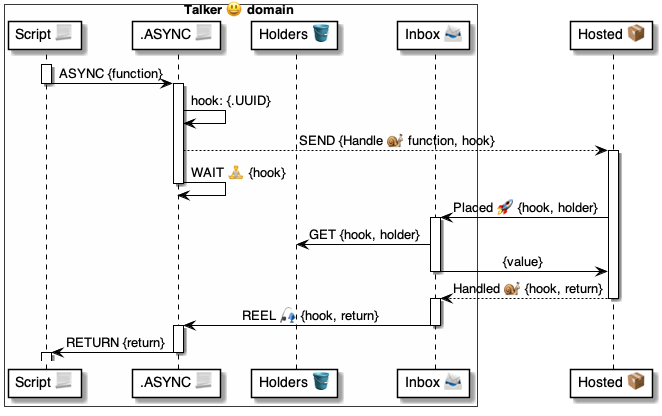
Before: 4 ⚙️ Solution/35 💬 Chats/Scripts 📃/📃 control ▶️/ASYNC 👷🏼/👷🏼 ASYNC ⚙️ uml.png, a diagram exported from PlantUML (pollyweb-org/pollyweb-docs). Its source is kept beside it as 4 ⚙️ Solution/35 💬 Chats/Scripts 📃/📃 control ▶️/ASYNC 👷🏼/👷🏼 ASYNC ⚙️ uml.puml.
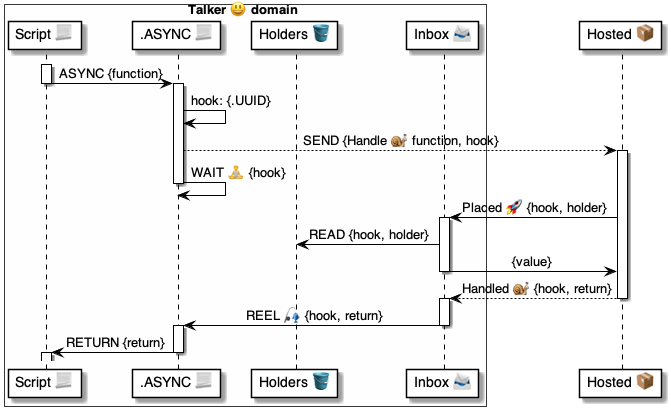
After the change.

The edit, as a diff of the source:
```diff
@@ -23,7 +23,7 @@
 
     hosted -> inbox: Placed 🚀 {hook, holder}
     activate inbox
-        inbox -> holders: GET {hook, holder}
+        inbox -> holders: READ {hook, holder}
         inbox -> hosted: {value}
     deactivate inbox
 
```
